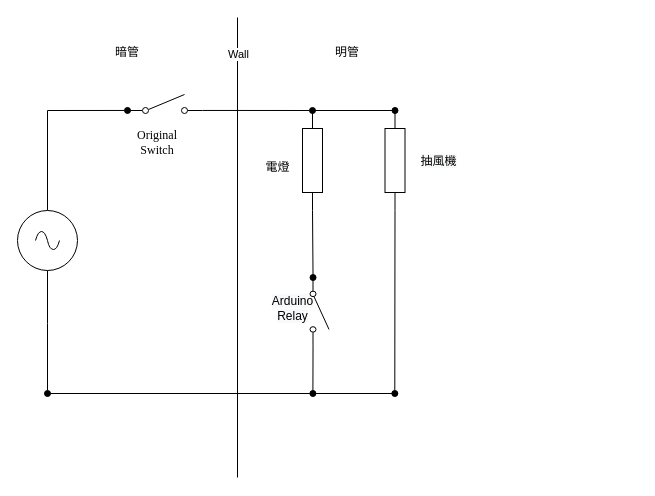
bernie6401/side_project_lightbulb_control keeps this draw.io diagram as page "Revise-V1" (2 of 3) of Circuit.drawio. Above is the earlier version. Source tidied: cells renumbered, new cells numbered last; positions are measured from the earlier drawing's top-left corner, leaving out a move shared by most shapes. Both pictures are drawn from the tidied source at 100%, with x=0, y=0 at pixel (17, 17).
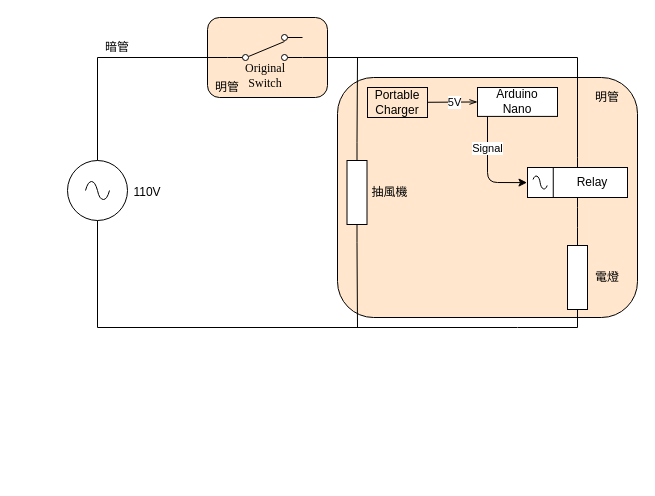
The same diagram, later.

What changed in the source:
```diff
@@
-    <mxCell id="2" value="&lt;span style=&quot;font-family: &amp;#34;helvetica&amp;#34; ; text-align: left ; background-color: rgb(248 , 249 , 250)&quot;&gt;Arduino&lt;/span&gt;&lt;br style=&quot;font-family: &amp;#34;helvetica&amp;#34; ; text-align: left ; background-color: rgb(248 , 249 , 250)&quot;&gt;&lt;span style=&quot;font-family: &amp;#34;helvetica&amp;#34; ; text-align: left ; background-color: rgb(248 , 249 , 250)&quot;&gt;Relay&lt;/span&gt;" style="edgeLabel;html=1;align=center;verticalAlign=middle;fontSize=12;fontFamily=Times New Roman;" parent="1" vertex="1">
-      <mxGeometry x="274.5" y="290.9" as="geometry" />
-    </mxCell>
-    <mxCell id="3" style="edgeStyle=none;html=1;exitX=1;exitY=0.84;exitDx=0;exitDy=0;exitPerimeter=0;fontFamily=Times New Roman;fontSize=12;endArrow=oval;endFill=1;" parent="1" edge="1" source="4">
-      <mxGeometry relative="1" as="geometry">
-        <mxPoint x="295.4" y="376" as="targetPoint" />
-      </mxGeometry>
-    </mxCell>
-    <mxCell id="4" style="verticalLabelPosition=bottom;shadow=0;dashed=0;align=left;html=1;verticalAlign=top;shape=mxgraph.electrical.electro-mechanical.simple_switch;direction=south;" parent="1" vertex="1">
-      <mxGeometry x="292.5" y="260" width="19" height="68.3" as="geometry" />
-    </mxCell>
-    <mxCell id="5" style="endArrow=none;html=1;" parent="1" edge="1">
-      <mxGeometry relative="1" as="geometry">
-        <mxPoint x="220" y="460" as="sourcePoint" />
-        <mxPoint x="220" as="targetPoint" />
-      </mxGeometry>
-    </mxCell>
-    <mxCell id="6" value="Wall" style="edgeLabel;html=1;align=center;verticalAlign=middle;" parent="5" vertex="1">
-      <mxGeometry x="0.83" y="-3" relative="1" as="geometry">
-        <mxPoint x="-3" y="-3" as="offset" />
-      </mxGeometry>
-    </mxCell>
-    <mxCell id="7" value="明管" style="text;html=1;strokeColor=none;fillColor=none;align=center;verticalAlign=middle;whiteSpace=wrap;rounded=0;" parent="1" vertex="1">
-      <mxGeometry x="300" y="20" width="60" height="30" as="geometry" />
-    </mxCell>
+    <mxCell id="25" style="rounded=1;whiteSpace=wrap;html=1;fillColor=#FFE6CC;" parent="1" vertex="1">
+      <mxGeometry x="190" width="120" height="80" as="geometry" />
+    </mxCell>
+    <mxCell id="26" style="rounded=1;whiteSpace=wrap;html=1;fillColor=#FFE6CC;" parent="1" vertex="1">
+      <mxGeometry x="320" y="60" width="300" height="240" as="geometry" />
+    </mxCell>
+    <mxCell id="27" value="明管" style="text;html=1;strokeColor=none;fillColor=none;align=center;verticalAlign=middle;whiteSpace=wrap;rounded=0;" parent="1" vertex="1">
+      <mxGeometry x="570" y="70" width="40" height="20" as="geometry" />
+    </mxCell>
     <mxCell id="8" value="暗管" style="text;html=1;strokeColor=none;fillColor=none;align=center;verticalAlign=middle;whiteSpace=wrap;rounded=0;" parent="1" vertex="1">
-      <mxGeometry x="80" y="20" width="60" height="30" as="geometry" />
+      <mxGeometry x="80" y="20" width="40" height="20" as="geometry" />
     </mxCell>
-    <mxCell id="9" style="edgeStyle=none;rounded=0;html=1;exitX=1;exitY=0.84;exitDx=0;exitDy=0;exitPerimeter=0;entryX=0;entryY=0.5;entryDx=0;entryDy=0;entryPerimeter=0;endArrow=oval;endFill=1;" parent="1" edge="1" source="22" target="14">
-      <mxGeometry relative="1" as="geometry" />
-    </mxCell>
-    <mxCell id="10" style="verticalLabelPosition=bottom;shadow=0;dashed=0;align=center;html=1;verticalAlign=top;shape=mxgraph.electrical.resistors.resistor_1;direction=south;" parent="1" vertex="1">
-      <mxGeometry x="367.5" y="93" width="20" height="100" as="geometry" />
-    </mxCell>
-    <mxCell id="11" style="edgeStyle=none;html=1;exitX=0;exitY=0.5;exitDx=0;exitDy=0;exitPerimeter=0;entryX=0;entryY=0.5;entryDx=0;entryDy=0;entryPerimeter=0;strokeColor=none;" parent="1" edge="1" source="14" target="10">
-      <mxGeometry relative="1" as="geometry" />
-    </mxCell>
-    <mxCell id="12" style="edgeStyle=none;html=1;exitX=0;exitY=0.5;exitDx=0;exitDy=0;exitPerimeter=0;entryX=0;entryY=0.5;entryDx=0;entryDy=0;entryPerimeter=0;rounded=0;endArrow=oval;endFill=1;" parent="1" edge="1" source="14" target="10">
-      <mxGeometry relative="1" as="geometry" />
-    </mxCell>
-    <mxCell id="13" style="edgeStyle=none;html=1;exitX=1;exitY=0.5;exitDx=0;exitDy=0;exitPerimeter=0;entryX=0;entryY=0.84;entryDx=0;entryDy=0;entryPerimeter=0;fontFamily=Times New Roman;fontSize=12;endArrow=oval;endFill=1;" parent="1" edge="1" source="14" target="4">
-      <mxGeometry relative="1" as="geometry" />
-    </mxCell>
-    <mxCell id="14" value="&lt;pre style=&quot;line-height: 1.9&quot;&gt;&lt;br&gt;&lt;/pre&gt;" style="verticalLabelPosition=bottom;shadow=0;dashed=0;align=center;html=1;verticalAlign=top;shape=mxgraph.electrical.resistors.resistor_1;direction=south;" parent="1" vertex="1">
-      <mxGeometry x="285" y="93" width="20" height="100" as="geometry" />
-    </mxCell>
-    <mxCell id="15" style="edgeStyle=none;rounded=0;html=1;exitX=0.5;exitY=0;exitDx=0;exitDy=0;exitPerimeter=0;entryX=0;entryY=0.84;entryDx=0;entryDy=0;entryPerimeter=0;endArrow=oval;endFill=1;" parent="1" edge="1" source="16" target="22">
-      <mxGeometry relative="1" as="geometry">
-        <Array as="points">
-          <mxPoint x="30" y="93" />
-        </Array>
-      </mxGeometry>
-    </mxCell>
-    <mxCell id="16" style="verticalLabelPosition=bottom;shadow=0;dashed=0;align=center;html=1;verticalAlign=top;shape=mxgraph.electrical.signal_sources.source;points=[[0.5,0,0],[1,0.5,0],[0.5,1,0],[0,0.5,0]];elSignalType=ac;" parent="1" vertex="1">
-      <mxGeometry y="193" width="60" height="60" as="geometry" />
-    </mxCell>
-    <mxCell id="17" style="group;" parent="1" vertex="1">
-      <mxGeometry x="30" y="306" width="350" height="70" as="geometry" />
-    </mxCell>
-    <mxCell id="18" style="edgeStyle=none;rounded=0;html=1;exitX=1;exitY=0.5;exitDx=0;exitDy=0;exitPerimeter=0;endArrow=oval;endFill=1;" parent="17" edge="1" source="10">
-      <mxGeometry relative="1" as="geometry">
-        <mxPoint x="347.3" y="70" as="targetPoint" />
-      </mxGeometry>
-    </mxCell>
+    <mxCell id="28" style="edgeStyle=none;html=1;exitX=0;exitY=0.5;exitDx=0;exitDy=0;exitPerimeter=0;entryX=0;entryY=0.5;entryDx=0;entryDy=0;entryPerimeter=0;strokeColor=none;startArrow=none;" parent="1" edge="1" source="60">
+      <mxGeometry relative="1" as="geometry">
+        <mxPoint x="315" y="173.5" as="targetPoint" />
+      </mxGeometry>
+    </mxCell>
+    <mxCell id="29" style="edgeStyle=none;html=1;exitX=1;exitY=0.885;exitDx=0;exitDy=0;exitPerimeter=0;endArrow=none;endFill=0;" parent="1" edge="1" source="58">
+      <mxGeometry relative="1" as="geometry">
+        <mxPoint x="560" y="40" as="targetPoint" />
+      </mxGeometry>
+    </mxCell>
+    <mxCell id="30" style="endArrow=none;html=1;entryX=0;entryY=0.885;entryDx=0;entryDy=0;entryPerimeter=0;" parent="1" edge="1" target="58">
+      <mxGeometry relative="1" as="geometry">
+        <mxPoint x="80" y="40" as="sourcePoint" />
+      </mxGeometry>
+    </mxCell>
-    <mxCell id="19" value="&lt;span style=&quot;font-family: &amp;#34;helvetica&amp;#34; ; background-color: rgb(248 , 249 , 250)&quot;&gt;抽風機&lt;/span&gt;" style="edgeLabel;html=1;align=center;verticalAlign=middle;fontSize=12;fontFamily=Times New Roman;" parent="18" vertex="1">
-      <mxGeometry x="-0.72" y="1" relative="1" as="geometry">
-        <mxPoint x="42" y="-76" as="offset" />
-      </mxGeometry>
+    <mxCell id="19" value="抽風機" style="text;html=1;strokeColor=none;fillColor=none;align=center;verticalAlign=middle;whiteSpace=wrap;rounded=0;" parent="1" vertex="1">
+      <mxGeometry x="349.5" y="163.6" width="45" height="22.8" as="geometry" />
     </mxCell>
-    <mxCell id="20" style="edgeStyle=none;rounded=0;html=1;endArrow=oval;endFill=1;" parent="17" edge="1" source="16">
-      <mxGeometry relative="1" as="geometry">
-        <mxPoint y="70" as="targetPoint" />
-        <Array as="points">
-          <mxPoint />
-        </Array>
-      </mxGeometry>
-    </mxCell>
-    <mxCell id="21" style="endArrow=none;html=1;rounded=0;" parent="17" edge="1">
-      <mxGeometry relative="1" as="geometry">
-        <mxPoint y="70" as="sourcePoint" />
-        <mxPoint x="350" y="70" as="targetPoint" />
-      </mxGeometry>
-    </mxCell>
-    <mxCell id="22" style="verticalLabelPosition=bottom;shadow=0;dashed=0;align=center;html=1;verticalAlign=top;shape=mxgraph.electrical.electro-mechanical.simple_switch;" parent="1" vertex="1">
-      <mxGeometry x="110" y="77" width="75" height="19" as="geometry" />
-    </mxCell>
+    <mxCell id="31" style="edgeStyle=none;html=1;exitX=0;exitY=0.5;exitDx=0;exitDy=0;exitPerimeter=0;entryX=0;entryY=0.5;entryDx=0;entryDy=0;entryPerimeter=0;strokeColor=none;endArrow=none;" parent="1" edge="1" source="36">
+      <mxGeometry relative="1" as="geometry">
+        <mxPoint x="317.5" y="134.5" as="targetPoint" />
+      </mxGeometry>
+    </mxCell>
+    <mxCell id="32" style="edgeStyle=none;html=1;endArrow=none;endFill=0;exitX=0;exitY=0.5;exitDx=0;exitDy=0;exitPerimeter=0;" parent="1" edge="1" source="60">
+      <mxGeometry relative="1" as="geometry">
+        <mxPoint x="340" y="40" as="targetPoint" />
+      </mxGeometry>
+    </mxCell>
+    <mxCell id="33" style="edgeStyle=none;html=1;exitX=1;exitY=0.5;exitDx=0;exitDy=0;exitPerimeter=0;endArrow=none;endFill=0;" parent="1" edge="1" source="60">
+      <mxGeometry relative="1" as="geometry">
+        <mxPoint x="340" y="310" as="targetPoint" />
+      </mxGeometry>
+    </mxCell>
+    <mxCell id="34" style="endArrow=none;html=1;" parent="1" edge="1">
+      <mxGeometry relative="1" as="geometry">
+        <mxPoint x="80" y="310" as="sourcePoint" />
+        <mxPoint x="500" y="310" as="targetPoint" />
+      </mxGeometry>
+    </mxCell>
+    <mxCell id="35" style="group;" parent="1" vertex="1">
+      <mxGeometry x="550" y="210" width="60" height="100" as="geometry" />
+    </mxCell>
+    <mxCell id="36" value="&lt;pre style=&quot;line-height: 1.9&quot;&gt;&lt;br&gt;&lt;/pre&gt;" style="verticalLabelPosition=bottom;shadow=0;dashed=0;align=center;html=1;verticalAlign=top;shape=mxgraph.electrical.resistors.resistor_1;direction=south;" parent="35" vertex="1">
+      <mxGeometry width="20" height="100" as="geometry" />
+    </mxCell>
-    <mxCell id="23" value="電燈&lt;br&gt;" style="text;html=1;align=center;verticalAlign=middle;strokeColor=none;fillColor=none;fontSize=12;fontFamily=Times New Roman;" parent="1" vertex="1">
-      <mxGeometry x="240" y="140" width="40" height="20" as="geometry" />
+    <mxCell id="23" value="電燈" style="text;html=1;strokeColor=none;fillColor=none;align=center;verticalAlign=middle;whiteSpace=wrap;rounded=0;" parent="35" vertex="1">
+      <mxGeometry x="20" y="40" width="40" height="20" as="geometry" />
     </mxCell>
+    <mxCell id="37" style="group;" parent="1" vertex="1">
+      <mxGeometry x="380" y="70" width="160" height="80" as="geometry" />
+    </mxCell>
+    <mxCell id="38" style="group;" parent="37" vertex="1">
+      <mxGeometry x="80" width="80" height="80" as="geometry" />
+    </mxCell>
+    <mxCell id="39" value="Arduino&lt;br&gt;Nano" style="rounded=0;whiteSpace=wrap;html=1;direction=west;" parent="38" vertex="1">
+      <mxGeometry width="80" height="28.9" as="geometry" />
+    </mxCell>
+    <mxCell id="40" style="edgeStyle=none;html=1;entryX=1;entryY=0.5;entryDx=0;entryDy=0;endArrow=openThin;endFill=0;" parent="37" edge="1" source="42" target="39">
+      <mxGeometry relative="1" as="geometry" />
+    </mxCell>
+    <mxCell id="41" value="5V" style="edgeLabel;html=1;align=center;verticalAlign=middle;" parent="40" vertex="1">
+      <mxGeometry x="0.15" y="-1" relative="1" as="geometry">
+        <mxPoint x="-3" y="-1" as="offset" />
+      </mxGeometry>
+    </mxCell>
+    <mxCell id="42" value="Portable&lt;br&gt;Charger" style="text;html=1;strokeColor=default;fillColor=none;align=center;verticalAlign=middle;whiteSpace=wrap;rounded=0;" parent="37" vertex="1">
+      <mxGeometry x="-30" width="60" height="30" as="geometry" />
+    </mxCell>
+    <mxCell id="43" style="edgeStyle=none;html=1;exitX=1;exitY=0.5;exitDx=0;exitDy=0;exitPerimeter=0;endArrow=none;endFill=0;" parent="1" edge="1" source="36">
+      <mxGeometry relative="1" as="geometry">
+        <mxPoint x="500.2" y="310" as="targetPoint" />
+      </mxGeometry>
+    </mxCell>
+    <mxCell id="44" style="endArrow=none;html=1;exitX=0.5;exitY=0;exitDx=0;exitDy=0;exitPerimeter=0;" parent="1" edge="1" source="55">
+      <mxGeometry relative="1" as="geometry">
+        <mxPoint x="560" y="40" as="targetPoint" />
+      </mxGeometry>
+    </mxCell>
+    <mxCell id="45" style="edgeStyle=none;html=1;exitX=0.5;exitY=1;exitDx=0;exitDy=0;exitPerimeter=0;entryX=0;entryY=0.5;entryDx=0;entryDy=0;entryPerimeter=0;endArrow=none;endFill=0;" parent="1" edge="1" source="55" target="36">
+      <mxGeometry relative="1" as="geometry" />
+    </mxCell>
+    <mxCell id="46" style="endArrow=classic;html=1;entryX=-0.005;entryY=0.502;entryDx=0;entryDy=0;entryPerimeter=0;" parent="1" edge="1" target="55">
+      <mxGeometry relative="1" as="geometry">
+        <mxPoint x="470" y="99" as="sourcePoint" />
+        <Array as="points">
+          <mxPoint x="470" y="165" />
+        </Array>
+      </mxGeometry>
+    </mxCell>
+    <mxCell id="47" value="Signal" style="edgeLabel;html=1;align=center;verticalAlign=middle;" parent="46" vertex="1">
+      <mxGeometry x="-0.54" y="-1" relative="1" as="geometry">
+        <mxPoint y="7" as="offset" />
+      </mxGeometry>
+    </mxCell>
+    <mxCell id="48" style="group;" parent="1" vertex="1">
+      <mxGeometry x="50" y="40" width="100" height="270" as="geometry" />
+    </mxCell>
+    <mxCell id="49" style="edgeStyle=none;html=1;endArrow=none;endFill=0;" parent="48" edge="1" source="50" target="52">
+      <mxGeometry relative="1" as="geometry" />
+    </mxCell>
+    <mxCell id="50" value="110V" style="text;html=1;strokeColor=none;fillColor=none;align=center;verticalAlign=middle;whiteSpace=wrap;rounded=0;" parent="48" vertex="1">
+      <mxGeometry x="60" y="125" width="40" height="20" as="geometry" />
+    </mxCell>
+    <mxCell id="51" style="group;" parent="48" vertex="1">
+      <mxGeometry width="60" height="270" as="geometry" />
+    </mxCell>
+    <mxCell id="52" style="verticalLabelPosition=bottom;shadow=0;dashed=0;align=center;html=1;verticalAlign=top;shape=mxgraph.electrical.signal_sources.source;points=[[0.5,0,0],[1,0.5,0],[0.5,1,0],[0,0.5,0]];elSignalType=ac;" parent="51" vertex="1">
+      <mxGeometry y="103" width="60" height="60" as="geometry" />
+    </mxCell>
+    <mxCell id="53" style="endArrow=none;html=1;entryX=0.5;entryY=1;entryDx=0;entryDy=0;entryPerimeter=0;" parent="51" edge="1" target="52">
+      <mxGeometry relative="1" as="geometry">
+        <mxPoint x="30" y="270" as="sourcePoint" />
+      </mxGeometry>
+    </mxCell>
+    <mxCell id="54" style="endArrow=none;html=1;exitX=0.5;exitY=0;exitDx=0;exitDy=0;exitPerimeter=0;" parent="51" edge="1" source="52">
+      <mxGeometry relative="1" as="geometry">
+        <mxPoint x="30" as="targetPoint" />
+      </mxGeometry>
+    </mxCell>
+    <mxCell id="55" style="verticalLabelPosition=bottom;shadow=0;dashed=0;align=center;html=1;verticalAlign=top;shape=mxgraph.electrical.electro-mechanical.relay;" parent="1" vertex="1">
+      <mxGeometry x="510" y="140" width="100" height="50" as="geometry" />
+    </mxCell>
+    <mxCell id="56" value="Relay" style="text;html=1;strokeColor=none;fillColor=none;align=center;verticalAlign=middle;whiteSpace=wrap;rounded=0;" parent="1" vertex="1">
+      <mxGeometry x="550" y="155" width="50" height="20" as="geometry" />
+    </mxCell>
+    <mxCell id="57" style="group;" parent="1" vertex="1">
+      <mxGeometry x="210" y="17" width="97.5" height="89.5" as="geometry" />
+    </mxCell>
-    <mxCell id="24" value="Original Switch" style="text;html=1;strokeColor=none;fillColor=none;align=center;verticalAlign=middle;whiteSpace=wrap;rounded=0;fontFamily=Times New Roman;fontSize=12;" parent="1" vertex="1">
-      <mxGeometry x="110" y="110" width="60" height="30" as="geometry" />
+    <mxCell id="24" value="Original Switch" style="text;html=1;strokeColor=none;fillColor=none;align=center;verticalAlign=middle;whiteSpace=wrap;rounded=0;fontFamily=Times New Roman;fontSize=12;" parent="57" vertex="1">
+      <mxGeometry x="7.5" y="26" width="60" height="30" as="geometry" />
     </mxCell>
+    <mxCell id="58" style="verticalLabelPosition=bottom;shadow=0;dashed=0;align=center;html=1;verticalAlign=top;shape=mxgraph.electrical.electro-mechanical.2-way_switch;" parent="57" vertex="1">
+      <mxGeometry width="75" height="26" as="geometry" />
+    </mxCell>
+    <mxCell id="59" value="明管" style="text;html=1;strokeColor=none;fillColor=none;align=center;verticalAlign=middle;whiteSpace=wrap;rounded=0;" parent="57" vertex="1">
+      <mxGeometry x="-20" y="43" width="40" height="20" as="geometry" />
+    </mxCell>
+    <mxCell id="60" style="verticalLabelPosition=bottom;shadow=0;dashed=0;align=center;html=1;verticalAlign=top;shape=mxgraph.electrical.resistors.resistor_1;strokeColor=default;direction=south;" parent="1" vertex="1">
+      <mxGeometry x="329.5" y="125" width="20" height="100" as="geometry" />
+    </mxCell>
+    <mxCell id="61" style="edgeStyle=none;html=1;exitX=0;exitY=0.5;exitDx=0;exitDy=0;exitPerimeter=0;entryX=0;entryY=0.5;entryDx=0;entryDy=0;entryPerimeter=0;strokeColor=none;startArrow=none;endArrow=none;" parent="1" edge="1" target="60">
+      <mxGeometry relative="1" as="geometry">
+        <mxPoint x="317.5" y="134.5" as="sourcePoint" />
+      </mxGeometry>
+    </mxCell>
```
